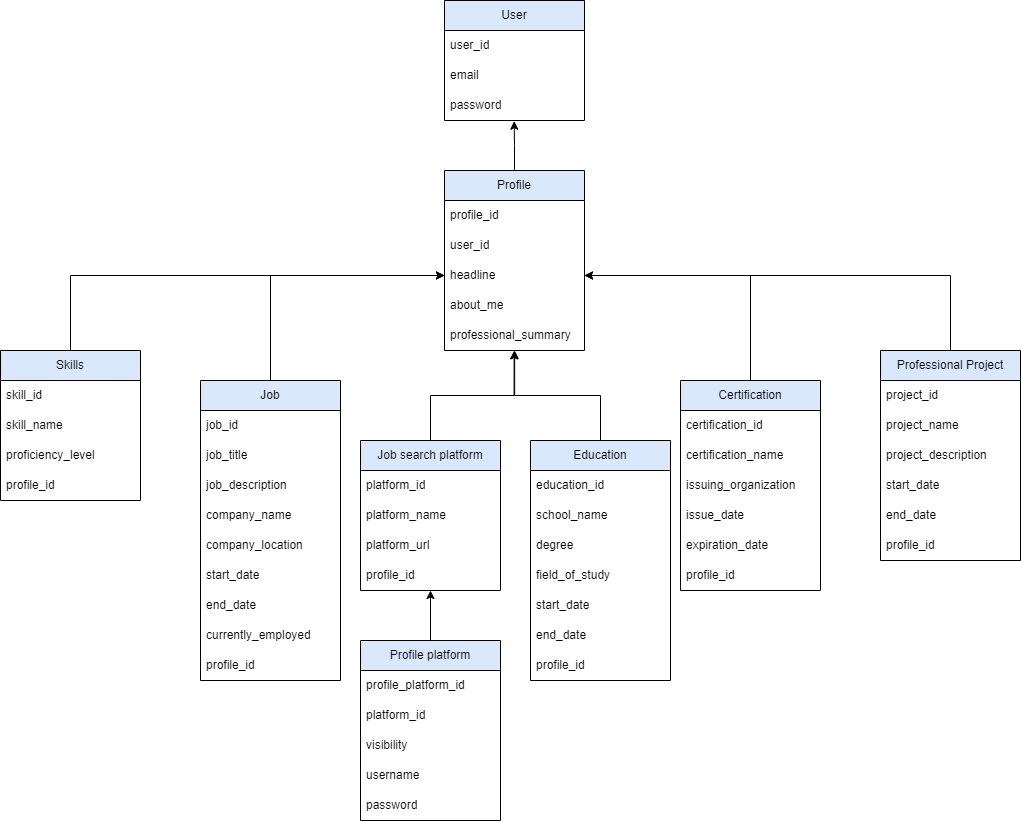
Earlier version of the draw.io export diagrams_preview/logical_data_model.drawio.png (kiryuha21/EngeneeringRequirements-2023). Source tidied: cells renumbered, new cells last; positions are measured from the earlier drawing's top-left corner, leaving out a move shared by most shapes.
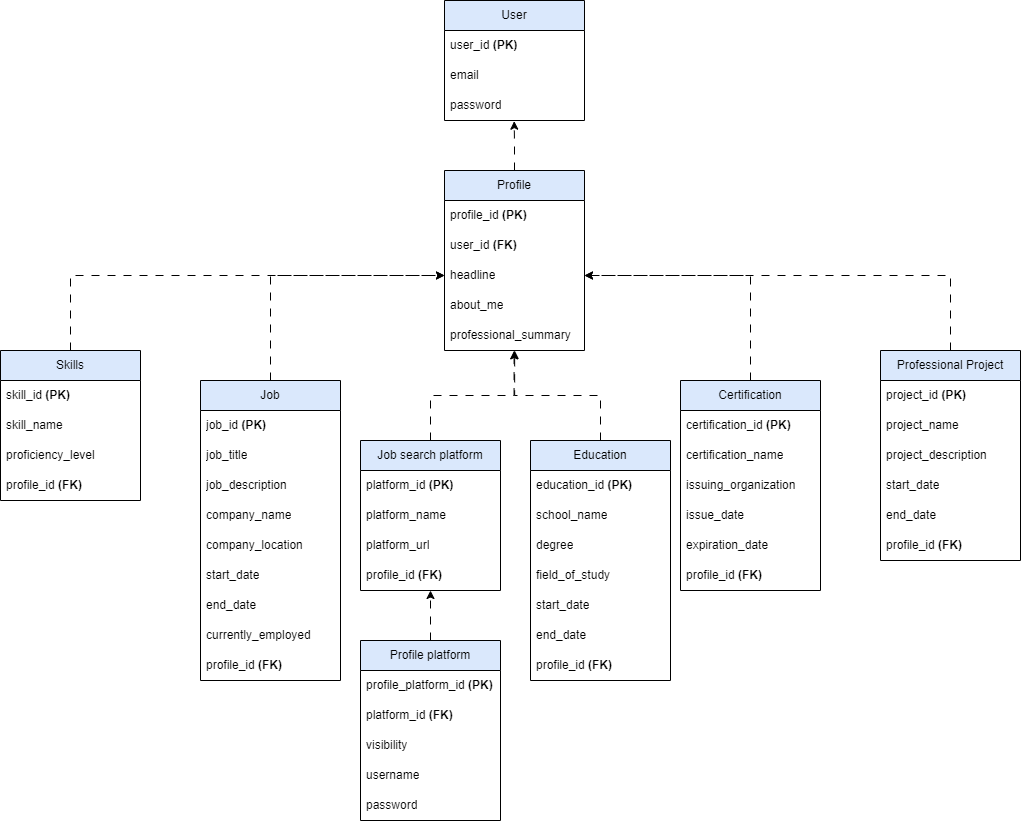
The same file after the commit.

What changed in the source:
```diff
@@ -5,7 +5,7 @@
     <mxCell id="2" value="User" style="swimlane;fontStyle=0;horizontal=1;startSize=30;whiteSpace=wrap;html=1;fillColor=#dae8fc;strokeColor=#000000;" parent="1" vertex="1">
       <mxGeometry x="444" width="140" height="120" as="geometry" />
     </mxCell>
-    <mxCell id="3" value="user_id" style="text;strokeColor=none;fillColor=none;align=left;verticalAlign=middle;spacingLeft=4;spacingRight=4;overflow=hidden;whiteSpace=wrap;html=1;" parent="2" vertex="1">
+    <mxCell id="3" value="user_id &lt;b&gt;(PK)&lt;/b&gt;" style="text;strokeColor=none;fillColor=none;align=left;verticalAlign=middle;spacingLeft=4;spacingRight=4;overflow=hidden;whiteSpace=wrap;html=1;" parent="2" vertex="1">
       <mxGeometry y="30" width="140" height="30" as="geometry" />
     </mxCell>
     <mxCell id="4" value="email" style="text;strokeColor=none;fillColor=none;align=left;verticalAlign=middle;spacingLeft=4;spacingRight=4;overflow=hidden;whiteSpace=wrap;html=1;" parent="2" vertex="1">
@@ -14,16 +14,16 @@
     <mxCell id="5" value="password" style="text;strokeColor=none;fillColor=none;align=left;verticalAlign=middle;spacingLeft=4;spacingRight=4;overflow=hidden;points=[[0,0.5],[1,0.5]];portConstraint=eastwest;whiteSpace=wrap;html=1;" parent="2" vertex="1">
       <mxGeometry y="90" width="140" height="30" as="geometry" />
     </mxCell>
-    <mxCell id="6" style="edgeStyle=orthogonalEdgeStyle;rounded=0;jettySize=auto;html=1;exitX=0.5;exitY=0;exitDx=0;exitDy=0;entryX=0.498;entryY=1.022;entryDx=0;entryDy=0;entryPerimeter=0;" parent="1" edge="1" source="7" target="5">
+    <mxCell id="6" style="edgeStyle=orthogonalEdgeStyle;rounded=0;jettySize=auto;html=1;exitX=0.5;exitY=0;exitDx=0;exitDy=0;entryX=0.498;entryY=1.022;entryDx=0;entryDy=0;entryPerimeter=0;dashed=1;dashPattern=8 8;" parent="1" edge="1" source="7" target="5">
       <mxGeometry relative="1" as="geometry" />
     </mxCell>
     <mxCell id="7" value="Profile" style="swimlane;fontStyle=0;horizontal=1;startSize=30;whiteSpace=wrap;html=1;fillColor=#dae8fc;strokeColor=#000000;" parent="1" vertex="1">
       <mxGeometry x="444" y="170" width="140" height="180" as="geometry" />
     </mxCell>
-    <mxCell id="8" value="profile_id" style="text;strokeColor=none;fillColor=none;align=left;verticalAlign=middle;spacingLeft=4;spacingRight=4;overflow=hidden;whiteSpace=wrap;html=1;" parent="7" vertex="1">
+    <mxCell id="8" value="profile_id&amp;nbsp;&lt;b style=&quot;border-color: var(--border-color);&quot;&gt;(PK)&lt;/b&gt;" style="text;strokeColor=none;fillColor=none;align=left;verticalAlign=middle;spacingLeft=4;spacingRight=4;overflow=hidden;whiteSpace=wrap;html=1;" parent="7" vertex="1">
       <mxGeometry y="30" width="140" height="30" as="geometry" />
     </mxCell>
-    <mxCell id="9" value="user_id" style="text;strokeColor=none;fillColor=none;align=left;verticalAlign=middle;spacingLeft=4;spacingRight=4;overflow=hidden;whiteSpace=wrap;html=1;" parent="7" vertex="1">
+    <mxCell id="9" value="user_id&lt;b&gt; (FK)&lt;/b&gt;" style="text;strokeColor=none;fillColor=none;align=left;verticalAlign=middle;spacingLeft=4;spacingRight=4;overflow=hidden;whiteSpace=wrap;html=1;" parent="7" vertex="1">
       <mxGeometry y="60" width="140" height="30" as="geometry" />
     </mxCell>
     <mxCell id="10" value="headline" style="text;strokeColor=none;fillColor=none;align=left;verticalAlign=middle;spacingLeft=4;spacingRight=4;overflow=hidden;points=[[0,0.5],[1,0.5]];portConstraint=eastwest;whiteSpace=wrap;html=1;" parent="7" vertex="1">
@@ -35,13 +35,13 @@
     <mxCell id="12" value="professional_summary" style="text;strokeColor=none;fillColor=none;align=left;verticalAlign=middle;spacingLeft=4;spacingRight=4;overflow=hidden;points=[[0,0.5],[1,0.5]];portConstraint=eastwest;whiteSpace=wrap;html=1;" parent="7" vertex="1">
       <mxGeometry y="150" width="140" height="30" as="geometry" />
     </mxCell>
-    <mxCell id="13" style="edgeStyle=orthogonalEdgeStyle;rounded=0;jettySize=auto;html=1;exitX=0.5;exitY=0;exitDx=0;exitDy=0;entryX=0;entryY=0.5;entryDx=0;entryDy=0;" parent="1" edge="1" source="14" target="10">
+    <mxCell id="13" style="edgeStyle=orthogonalEdgeStyle;rounded=0;jettySize=auto;html=1;exitX=0.5;exitY=0;exitDx=0;exitDy=0;entryX=0;entryY=0.5;entryDx=0;entryDy=0;dashed=1;dashPattern=8 8;" parent="1" edge="1" source="14" target="10">
       <mxGeometry relative="1" as="geometry" />
     </mxCell>
     <mxCell id="14" value="Job" style="swimlane;fontStyle=0;horizontal=1;startSize=30;whiteSpace=wrap;html=1;fillColor=#dae8fc;strokeColor=#000000;" parent="1" vertex="1">
       <mxGeometry x="200" y="380" width="140" height="300" as="geometry" />
     </mxCell>
-    <mxCell id="15" value="job_id" style="text;strokeColor=none;fillColor=none;align=left;verticalAlign=middle;spacingLeft=4;spacingRight=4;overflow=hidden;whiteSpace=wrap;html=1;" parent="14" vertex="1">
+    <mxCell id="15" value="job_id&amp;nbsp;&lt;b style=&quot;border-color: var(--border-color);&quot;&gt;(PK)&lt;/b&gt;" style="text;strokeColor=none;fillColor=none;align=left;verticalAlign=middle;spacingLeft=4;spacingRight=4;overflow=hidden;whiteSpace=wrap;html=1;" parent="14" vertex="1">
       <mxGeometry y="30" width="140" height="30" as="geometry" />
     </mxCell>
     <mxCell id="16" value="job_title" style="text;strokeColor=none;fillColor=none;align=left;verticalAlign=middle;spacingLeft=4;spacingRight=4;overflow=hidden;whiteSpace=wrap;html=1;" parent="14" vertex="1">
@@ -65,16 +65,16 @@
     <mxCell id="22" value="currently_employed" style="text;strokeColor=none;fillColor=none;align=left;verticalAlign=middle;spacingLeft=4;spacingRight=4;overflow=hidden;whiteSpace=wrap;html=1;" parent="14" vertex="1">
       <mxGeometry y="240" width="140" height="30" as="geometry" />
     </mxCell>
-    <mxCell id="23" value="profile_id" style="text;strokeColor=none;fillColor=none;align=left;verticalAlign=middle;spacingLeft=4;spacingRight=4;overflow=hidden;whiteSpace=wrap;html=1;" parent="14" vertex="1">
+    <mxCell id="23" value="profile_id&lt;b style=&quot;border-color: var(--border-color);&quot;&gt;&amp;nbsp;(FK)&lt;/b&gt;" style="text;strokeColor=none;fillColor=none;align=left;verticalAlign=middle;spacingLeft=4;spacingRight=4;overflow=hidden;whiteSpace=wrap;html=1;" parent="14" vertex="1">
       <mxGeometry y="270" width="140" height="30" as="geometry" />
     </mxCell>
-    <mxCell id="24" style="edgeStyle=orthogonalEdgeStyle;rounded=0;jettySize=auto;html=1;exitX=0.5;exitY=0;exitDx=0;exitDy=0;entryX=0.501;entryY=1;entryDx=0;entryDy=0;entryPerimeter=0;" parent="1" edge="1" source="25" target="12">
+    <mxCell id="24" style="edgeStyle=orthogonalEdgeStyle;rounded=0;jettySize=auto;html=1;exitX=0.5;exitY=0;exitDx=0;exitDy=0;entryX=0.501;entryY=1;entryDx=0;entryDy=0;entryPerimeter=0;dashed=1;dashPattern=8 8;" parent="1" edge="1" source="25" target="12">
       <mxGeometry relative="1" as="geometry" />
     </mxCell>
     <mxCell id="25" value="Education" style="swimlane;fontStyle=0;horizontal=1;startSize=30;whiteSpace=wrap;html=1;fillColor=#dae8fc;strokeColor=#000000;" parent="1" vertex="1">
       <mxGeometry x="530" y="440" width="140" height="240" as="geometry" />
     </mxCell>
-    <mxCell id="26" value="education_id" style="text;strokeColor=none;fillColor=none;align=left;verticalAlign=middle;spacingLeft=4;spacingRight=4;overflow=hidden;whiteSpace=wrap;html=1;" parent="25" vertex="1">
+    <mxCell id="26" value="education_id&amp;nbsp;&lt;b style=&quot;border-color: var(--border-color);&quot;&gt;(PK)&lt;/b&gt;" style="text;strokeColor=none;fillColor=none;align=left;verticalAlign=middle;spacingLeft=4;spacingRight=4;overflow=hidden;whiteSpace=wrap;html=1;" parent="25" vertex="1">
       <mxGeometry y="30" width="140" height="30" as="geometry" />
     </mxCell>
     <mxCell id="27" value="school_name" style="text;strokeColor=none;fillColor=none;align=left;verticalAlign=middle;spacingLeft=4;spacingRight=4;overflow=hidden;whiteSpace=wrap;html=1;" parent="25" vertex="1">
@@ -92,16 +92,16 @@
     <mxCell id="31" value="end_date" style="text;strokeColor=none;fillColor=none;align=left;verticalAlign=middle;spacingLeft=4;spacingRight=4;overflow=hidden;whiteSpace=wrap;html=1;" parent="25" vertex="1">
       <mxGeometry y="180" width="140" height="30" as="geometry" />
     </mxCell>
-    <mxCell id="32" value="profile_id" style="text;strokeColor=none;fillColor=none;align=left;verticalAlign=middle;spacingLeft=4;spacingRight=4;overflow=hidden;whiteSpace=wrap;html=1;" parent="25" vertex="1">
+    <mxCell id="32" value="profile_id&lt;b style=&quot;border-color: var(--border-color);&quot;&gt;&amp;nbsp;(FK)&lt;/b&gt;" style="text;strokeColor=none;fillColor=none;align=left;verticalAlign=middle;spacingLeft=4;spacingRight=4;overflow=hidden;whiteSpace=wrap;html=1;" parent="25" vertex="1">
       <mxGeometry y="210" width="140" height="30" as="geometry" />
     </mxCell>
-    <mxCell id="33" style="edgeStyle=orthogonalEdgeStyle;rounded=0;jettySize=auto;html=1;exitX=0.5;exitY=0;exitDx=0;exitDy=0;entryX=1;entryY=0.5;entryDx=0;entryDy=0;" parent="1" edge="1" source="34" target="10">
+    <mxCell id="33" style="edgeStyle=orthogonalEdgeStyle;rounded=0;jettySize=auto;html=1;exitX=0.5;exitY=0;exitDx=0;exitDy=0;entryX=1;entryY=0.5;entryDx=0;entryDy=0;dashed=1;dashPattern=8 8;" parent="1" edge="1" source="34" target="10">
       <mxGeometry relative="1" as="geometry" />
     </mxCell>
     <mxCell id="34" value="Certification" style="swimlane;fontStyle=0;horizontal=1;startSize=30;whiteSpace=wrap;html=1;fillColor=#dae8fc;strokeColor=#000000;" parent="1" vertex="1">
       <mxGeometry x="680" y="380" width="140" height="210" as="geometry" />
     </mxCell>
-    <mxCell id="35" value="certification_id" style="text;strokeColor=none;fillColor=none;align=left;verticalAlign=middle;spacingLeft=4;spacingRight=4;overflow=hidden;whiteSpace=wrap;html=1;" parent="34" vertex="1">
+    <mxCell id="35" value="certification_id&amp;nbsp;&lt;b style=&quot;border-color: var(--border-color);&quot;&gt;(PK)&lt;/b&gt;" style="text;strokeColor=none;fillColor=none;align=left;verticalAlign=middle;spacingLeft=4;spacingRight=4;overflow=hidden;whiteSpace=wrap;html=1;" parent="34" vertex="1">
       <mxGeometry y="30" width="140" height="30" as="geometry" />
     </mxCell>
     <mxCell id="36" value="certification_name" style="text;strokeColor=none;fillColor=none;align=left;verticalAlign=middle;spacingLeft=4;spacingRight=4;overflow=hidden;whiteSpace=wrap;html=1;" parent="34" vertex="1">
@@ -116,16 +116,16 @@
     <mxCell id="39" value="expiration_date" style="text;strokeColor=none;fillColor=none;align=left;verticalAlign=middle;spacingLeft=4;spacingRight=4;overflow=hidden;whiteSpace=wrap;html=1;" parent="34" vertex="1">
       <mxGeometry y="150" width="140" height="30" as="geometry" />
     </mxCell>
-    <mxCell id="40" value="profile_id" style="text;strokeColor=none;fillColor=none;align=left;verticalAlign=middle;spacingLeft=4;spacingRight=4;overflow=hidden;whiteSpace=wrap;html=1;" parent="34" vertex="1">
+    <mxCell id="40" value="profile_id&lt;b style=&quot;border-color: var(--border-color);&quot;&gt;&amp;nbsp;(FK)&lt;/b&gt;" style="text;strokeColor=none;fillColor=none;align=left;verticalAlign=middle;spacingLeft=4;spacingRight=4;overflow=hidden;whiteSpace=wrap;html=1;" parent="34" vertex="1">
       <mxGeometry y="180" width="140" height="30" as="geometry" />
     </mxCell>
-    <mxCell id="41" style="edgeStyle=orthogonalEdgeStyle;rounded=0;jettySize=auto;html=1;exitX=0.5;exitY=0;exitDx=0;exitDy=0;entryX=0;entryY=0.5;entryDx=0;entryDy=0;" parent="1" edge="1" source="42" target="10">
+    <mxCell id="41" style="edgeStyle=orthogonalEdgeStyle;rounded=0;jettySize=auto;html=1;exitX=0.5;exitY=0;exitDx=0;exitDy=0;entryX=0;entryY=0.5;entryDx=0;entryDy=0;dashed=1;dashPattern=8 8;" parent="1" edge="1" source="42" target="10">
       <mxGeometry relative="1" as="geometry" />
     </mxCell>
     <mxCell id="42" value="Skills" style="swimlane;fontStyle=0;horizontal=1;startSize=30;whiteSpace=wrap;html=1;fillColor=#dae8fc;strokeColor=#000000;" parent="1" vertex="1">
       <mxGeometry y="350" width="140" height="150" as="geometry" />
     </mxCell>
-    <mxCell id="43" value="skill_id" style="text;strokeColor=none;fillColor=none;align=left;verticalAlign=middle;spacingLeft=4;spacingRight=4;overflow=hidden;whiteSpace=wrap;html=1;" parent="42" vertex="1">
+    <mxCell id="43" value="skill_id&amp;nbsp;&lt;b style=&quot;border-color: var(--border-color);&quot;&gt;(PK)&lt;/b&gt;" style="text;strokeColor=none;fillColor=none;align=left;verticalAlign=middle;spacingLeft=4;spacingRight=4;overflow=hidden;whiteSpace=wrap;html=1;" parent="42" vertex="1">
       <mxGeometry y="30" width="140" height="30" as="geometry" />
     </mxCell>
     <mxCell id="44" value="skill_name" style="text;strokeColor=none;fillColor=none;align=left;verticalAlign=middle;spacingLeft=4;spacingRight=4;overflow=hidden;whiteSpace=wrap;html=1;" parent="42" vertex="1">
@@ -134,16 +134,16 @@
     <mxCell id="45" value="proficiency_level" style="text;strokeColor=none;fillColor=none;align=left;verticalAlign=middle;spacingLeft=4;spacingRight=4;overflow=hidden;whiteSpace=wrap;html=1;" parent="42" vertex="1">
       <mxGeometry y="90" width="140" height="30" as="geometry" />
     </mxCell>
-    <mxCell id="46" value="profile_id" style="text;strokeColor=none;fillColor=none;align=left;verticalAlign=middle;spacingLeft=4;spacingRight=4;overflow=hidden;whiteSpace=wrap;html=1;" parent="42" vertex="1">
+    <mxCell id="46" value="profile_id&lt;b style=&quot;border-color: var(--border-color);&quot;&gt;&amp;nbsp;(FK)&lt;/b&gt;" style="text;strokeColor=none;fillColor=none;align=left;verticalAlign=middle;spacingLeft=4;spacingRight=4;overflow=hidden;whiteSpace=wrap;html=1;" parent="42" vertex="1">
       <mxGeometry y="120" width="140" height="30" as="geometry" />
     </mxCell>
-    <mxCell id="47" style="edgeStyle=orthogonalEdgeStyle;rounded=0;jettySize=auto;html=1;exitX=0.5;exitY=0;exitDx=0;exitDy=0;entryX=1;entryY=0.5;entryDx=0;entryDy=0;" parent="1" edge="1" source="48" target="10">
+    <mxCell id="47" style="edgeStyle=orthogonalEdgeStyle;rounded=0;jettySize=auto;html=1;exitX=0.5;exitY=0;exitDx=0;exitDy=0;entryX=1;entryY=0.5;entryDx=0;entryDy=0;dashed=1;dashPattern=8 8;" parent="1" edge="1" source="48" target="10">
       <mxGeometry relative="1" as="geometry" />
     </mxCell>
     <mxCell id="48" value="Professional Project" style="swimlane;fontStyle=0;horizontal=1;startSize=30;whiteSpace=wrap;html=1;fillColor=#dae8fc;strokeColor=#000000;" parent="1" vertex="1">
       <mxGeometry x="880" y="350" width="140" height="210" as="geometry" />
     </mxCell>
-    <mxCell id="49" value="project_id" style="text;strokeColor=none;fillColor=none;align=left;verticalAlign=middle;spacingLeft=4;spacingRight=4;overflow=hidden;whiteSpace=wrap;html=1;" parent="48" vertex="1">
+    <mxCell id="49" value="project_id&amp;nbsp;&lt;b style=&quot;border-color: var(--border-color);&quot;&gt;(PK)&lt;/b&gt;" style="text;strokeColor=none;fillColor=none;align=left;verticalAlign=middle;spacingLeft=4;spacingRight=4;overflow=hidden;whiteSpace=wrap;html=1;" parent="48" vertex="1">
       <mxGeometry y="30" width="140" height="30" as="geometry" />
     </mxCell>
     <mxCell id="50" value="project_name" style="text;strokeColor=none;fillColor=none;align=left;verticalAlign=middle;spacingLeft=4;spacingRight=4;overflow=hidden;whiteSpace=wrap;html=1;" parent="48" vertex="1">
@@ -158,16 +158,16 @@
     <mxCell id="53" value="end_date" style="text;strokeColor=none;fillColor=none;align=left;verticalAlign=middle;spacingLeft=4;spacingRight=4;overflow=hidden;whiteSpace=wrap;html=1;" parent="48" vertex="1">
       <mxGeometry y="150" width="140" height="30" as="geometry" />
     </mxCell>
-    <mxCell id="54" value="profile_id" style="text;strokeColor=none;fillColor=none;align=left;verticalAlign=middle;spacingLeft=4;spacingRight=4;overflow=hidden;whiteSpace=wrap;html=1;" parent="48" vertex="1">
+    <mxCell id="54" value="profile_id&lt;b style=&quot;border-color: var(--border-color);&quot;&gt;&amp;nbsp;(FK)&lt;/b&gt;" style="text;strokeColor=none;fillColor=none;align=left;verticalAlign=middle;spacingLeft=4;spacingRight=4;overflow=hidden;whiteSpace=wrap;html=1;" parent="48" vertex="1">
       <mxGeometry y="180" width="140" height="30" as="geometry" />
     </mxCell>
-    <mxCell id="55" style="edgeStyle=orthogonalEdgeStyle;rounded=0;jettySize=auto;html=1;exitX=0.5;exitY=0;exitDx=0;exitDy=0;entryX=0.497;entryY=1.014;entryDx=0;entryDy=0;entryPerimeter=0;" parent="1" edge="1" source="56" target="12">
+    <mxCell id="55" style="edgeStyle=orthogonalEdgeStyle;rounded=0;jettySize=auto;html=1;exitX=0.5;exitY=0;exitDx=0;exitDy=0;entryX=0.497;entryY=1.014;entryDx=0;entryDy=0;entryPerimeter=0;dashed=1;dashPattern=8 8;" parent="1" edge="1" source="56" target="12">
       <mxGeometry relative="1" as="geometry" />
     </mxCell>
     <mxCell id="56" value="Job search platform" style="swimlane;fontStyle=0;horizontal=1;startSize=30;whiteSpace=wrap;html=1;fillColor=#dae8fc;strokeColor=#000000;" parent="1" vertex="1">
       <mxGeometry x="360" y="440" width="140" height="150" as="geometry" />
     </mxCell>
-    <mxCell id="57" value="platform_id" style="text;strokeColor=none;fillColor=none;align=left;verticalAlign=middle;spacingLeft=4;spacingRight=4;overflow=hidden;whiteSpace=wrap;html=1;" parent="56" vertex="1">
+    <mxCell id="57" value="platform_id&amp;nbsp;&lt;b style=&quot;border-color: var(--border-color);&quot;&gt;(PK)&lt;/b&gt;" style="text;strokeColor=none;fillColor=none;align=left;verticalAlign=middle;spacingLeft=4;spacingRight=4;overflow=hidden;whiteSpace=wrap;html=1;" parent="56" vertex="1">
       <mxGeometry y="30" width="140" height="30" as="geometry" />
     </mxCell>
     <mxCell id="58" value="platform_name" style="text;strokeColor=none;fillColor=none;align=left;verticalAlign=middle;spacingLeft=4;spacingRight=4;overflow=hidden;whiteSpace=wrap;html=1;" parent="56" vertex="1">
@@ -176,10 +176,10 @@
     <mxCell id="59" value="platform_url" style="text;strokeColor=none;fillColor=none;align=left;verticalAlign=middle;spacingLeft=4;spacingRight=4;overflow=hidden;whiteSpace=wrap;html=1;" parent="56" vertex="1">
       <mxGeometry y="90" width="140" height="30" as="geometry" />
     </mxCell>
-    <mxCell id="60" value="profile_id" style="text;strokeColor=none;fillColor=none;align=left;verticalAlign=middle;spacingLeft=4;spacingRight=4;overflow=hidden;whiteSpace=wrap;html=1;" parent="56" vertex="1">
+    <mxCell id="60" value="profile_id&lt;b style=&quot;border-color: var(--border-color);&quot;&gt;&amp;nbsp;(FK)&lt;/b&gt;" style="text;strokeColor=none;fillColor=none;align=left;verticalAlign=middle;spacingLeft=4;spacingRight=4;overflow=hidden;whiteSpace=wrap;html=1;" parent="56" vertex="1">
       <mxGeometry y="120" width="140" height="30" as="geometry" />
     </mxCell>
-    <mxCell id="61" style="edgeStyle=orthogonalEdgeStyle;rounded=0;jettySize=auto;html=1;exitX=0.5;exitY=0;exitDx=0;exitDy=0;" parent="1" edge="1" source="62">
+    <mxCell id="61" style="edgeStyle=orthogonalEdgeStyle;rounded=0;jettySize=auto;html=1;exitX=0.5;exitY=0;exitDx=0;exitDy=0;dashed=1;dashPattern=8 8;" parent="1" edge="1" source="62">
       <mxGeometry relative="1" as="geometry">
         <mxPoint x="430" y="590" as="targetPoint" />
       </mxGeometry>
@@ -187,10 +187,10 @@
     <mxCell id="62" value="Profile platform" style="swimlane;fontStyle=0;horizontal=1;startSize=30;whiteSpace=wrap;html=1;fillColor=#dae8fc;strokeColor=#000000;" parent="1" vertex="1">
       <mxGeometry x="360" y="640" width="140" height="180" as="geometry" />
     </mxCell>
-    <mxCell id="63" value="profile_platform_id" style="text;strokeColor=none;fillColor=none;align=left;verticalAlign=middle;spacingLeft=4;spacingRight=4;overflow=hidden;whiteSpace=wrap;html=1;" parent="62" vertex="1">
+    <mxCell id="63" value="profile_platform_id&amp;nbsp;&lt;b style=&quot;border-color: var(--border-color);&quot;&gt;(PK)&lt;/b&gt;" style="text;strokeColor=none;fillColor=none;align=left;verticalAlign=middle;spacingLeft=4;spacingRight=4;overflow=hidden;whiteSpace=wrap;html=1;" parent="62" vertex="1">
       <mxGeometry y="30" width="140" height="30" as="geometry" />
     </mxCell>
-    <mxCell id="64" value="platform_id" style="text;strokeColor=none;fillColor=none;align=left;verticalAlign=middle;spacingLeft=4;spacingRight=4;overflow=hidden;whiteSpace=wrap;html=1;" parent="62" vertex="1">
+    <mxCell id="64" value="platform_id&lt;b style=&quot;border-color: var(--border-color);&quot;&gt;&amp;nbsp;(FK)&lt;/b&gt;" style="text;strokeColor=none;fillColor=none;align=left;verticalAlign=middle;spacingLeft=4;spacingRight=4;overflow=hidden;whiteSpace=wrap;html=1;" parent="62" vertex="1">
       <mxGeometry y="60" width="140" height="30" as="geometry" />
     </mxCell>
     <mxCell id="65" value="visibility" style="text;strokeColor=none;fillColor=none;align=left;verticalAlign=middle;spacingLeft=4;spacingRight=4;overflow=hidden;whiteSpace=wrap;html=1;" parent="62" vertex="1">
```
